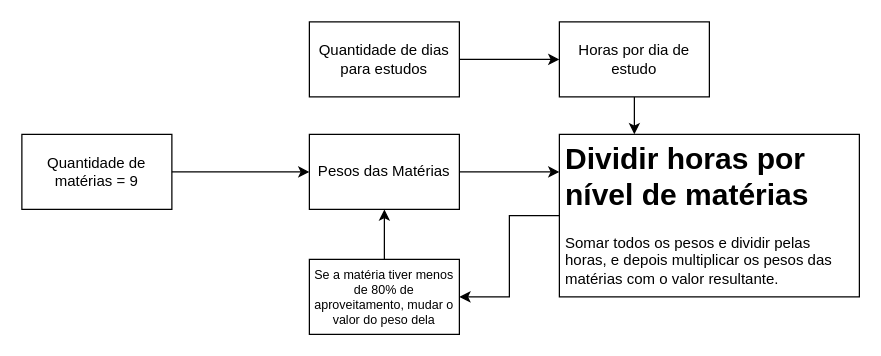
Above: Diagrama sem nome.drawio in Tchaykovsky/Fluxogramas (draw.io), before the change. Source tidied: cells renumbered, new cells numbered last; positions are measured from the earlier drawing's top-left corner, leaving out a move shared by most shapes. Both pictures are drawn from the tidied source at 125%, with x=0, y=0 at pixel (21, 21).
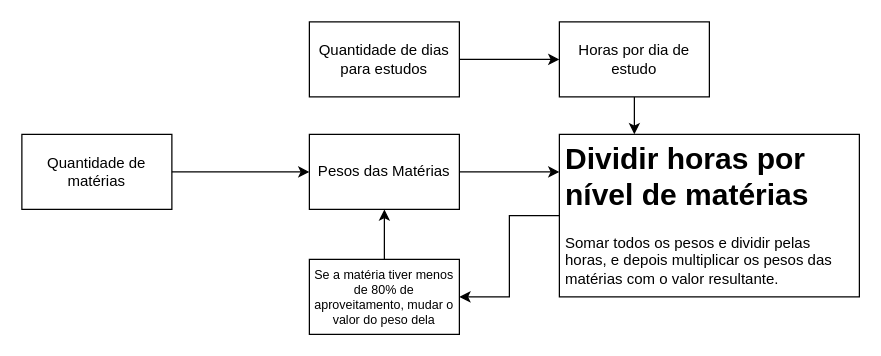
Above is the later version.

What changed in the source:
```diff
@@
-    <mxCell id="4" value="Quantidade de matérias = 9" style="text;html=1;strokeColor=none;fillColor=none;align=center;verticalAlign=middle;whiteSpace=wrap;rounded=0;" parent="1" vertex="1">
+    <mxCell id="4" value="Quantidade de matérias" style="text;html=1;strokeColor=none;fillColor=none;align=center;verticalAlign=middle;whiteSpace=wrap;rounded=0;" parent="1" vertex="1">
       <mxGeometry y="90" width="120" height="60" as="geometry" />
     </mxCell>
```
